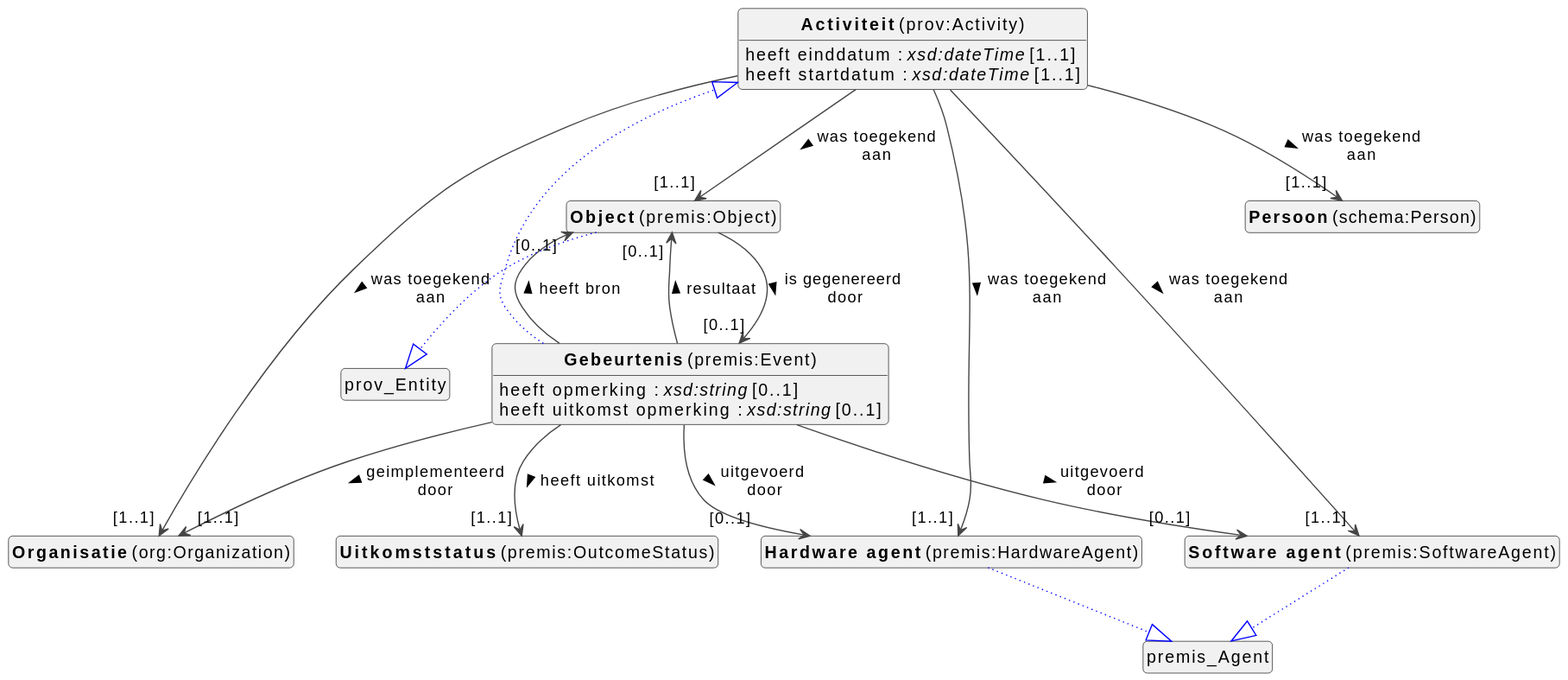
The PlantUML diagram docs/metadata/modellen/events-diagram.svg in viaacode/documentation-jekyll, before a commit.
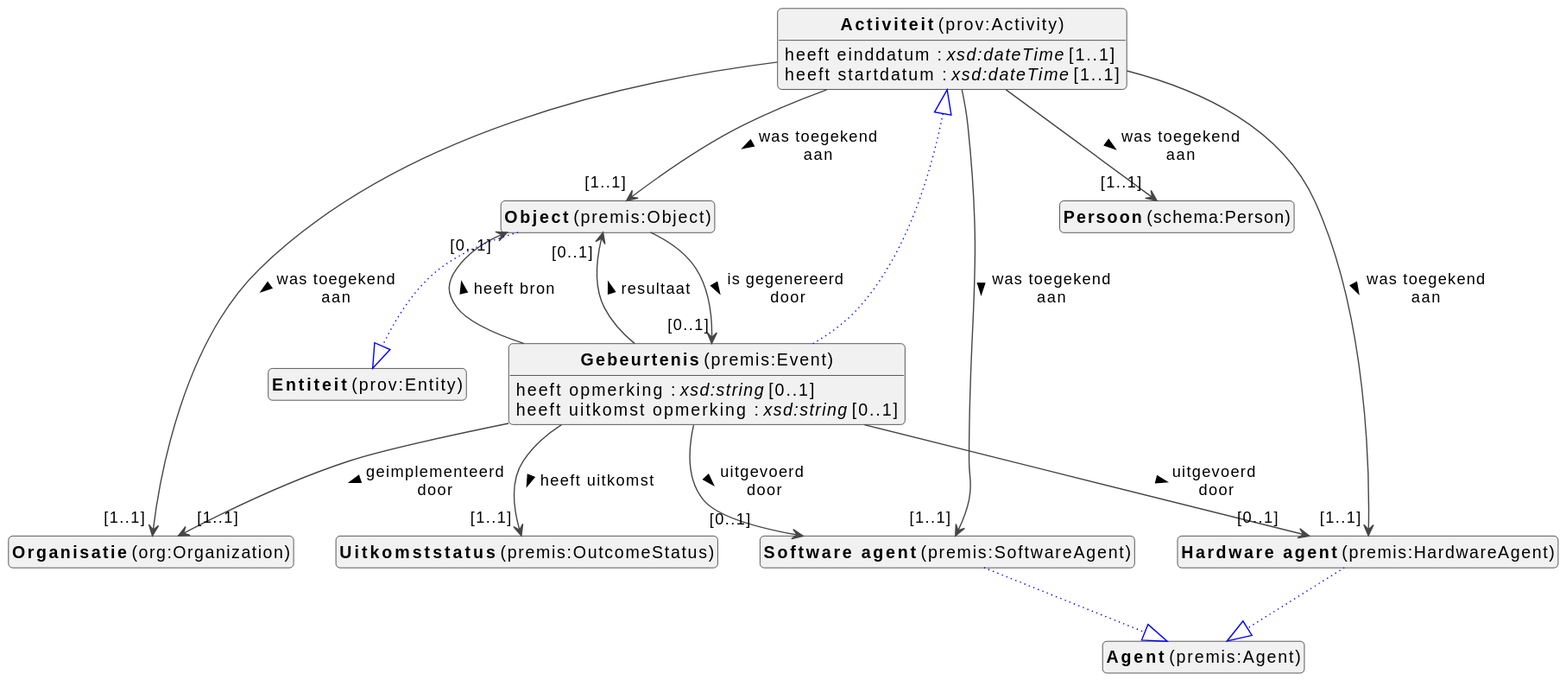
After the commit.

Commit message:
Update diagram labels in datamodel docs

Diff of the diagram source:
```diff
@@ -10,11 +10,15 @@
 
 class "<b>Activiteit</b> (prov:Activity)" as prov_Activity [[#prov%3AActivity]]
 class "<b>Gebeurtenis</b> (premis:Event)" as premis_Event [[#premis%3AEvent]]
+class "<b>Activiteit</b> (prov:Activity)" as prov_Activity [[#prov%3AActivity]]
 class "<b>Object</b> (premis:Object)" as premis_Object [[#premis%3AObject]]
+class "<b>Entiteit</b> (prov:Entity)" as prov_Entity [[#prov%3AEntity]]
 class "<b>Organisatie</b> (org:Organization)" as org_Organization [[#org%3AOrganization]]
+class "<b>Hardware agent</b> (premis:HardwareAgent)" as premis_HardwareAgent [[#premis%3AHardwareAgent]]
+class "<b>Agent</b> (premis:Agent)" as premis_Agent [[#premis%3AAgent]]
 class "<b>Uitkomststatus</b> (premis:OutcomeStatus)" as premis_OutcomeStatus [[#premis%3AOutcomeStatus]]
 class "<b>Software agent</b> (premis:SoftwareAgent)" as premis_SoftwareAgent [[#premis%3ASoftwareAgent]]
-class "<b>Hardware agent</b> (premis:HardwareAgent)" as premis_HardwareAgent [[#premis%3AHardwareAgent]]
+class "<b>Agent</b> (premis:Agent)" as premis_Agent [[#premis%3AAgent]]
 class "<b>Persoon</b> (schema:Person)" as schema_Person [[#schema%3APerson]]
 
 
@@ -55,12 +59,12 @@
 
 
 
+premis_HardwareAgent --|> premis_Agent #blue;line.dotted;text:blue
+
+
 
 
 premis_SoftwareAgent --|> premis_Agent #blue;line.dotted;text:blue
-
-
-premis_HardwareAgent --|> premis_Agent #blue;line.dotted;text:blue
 
 
 
```
